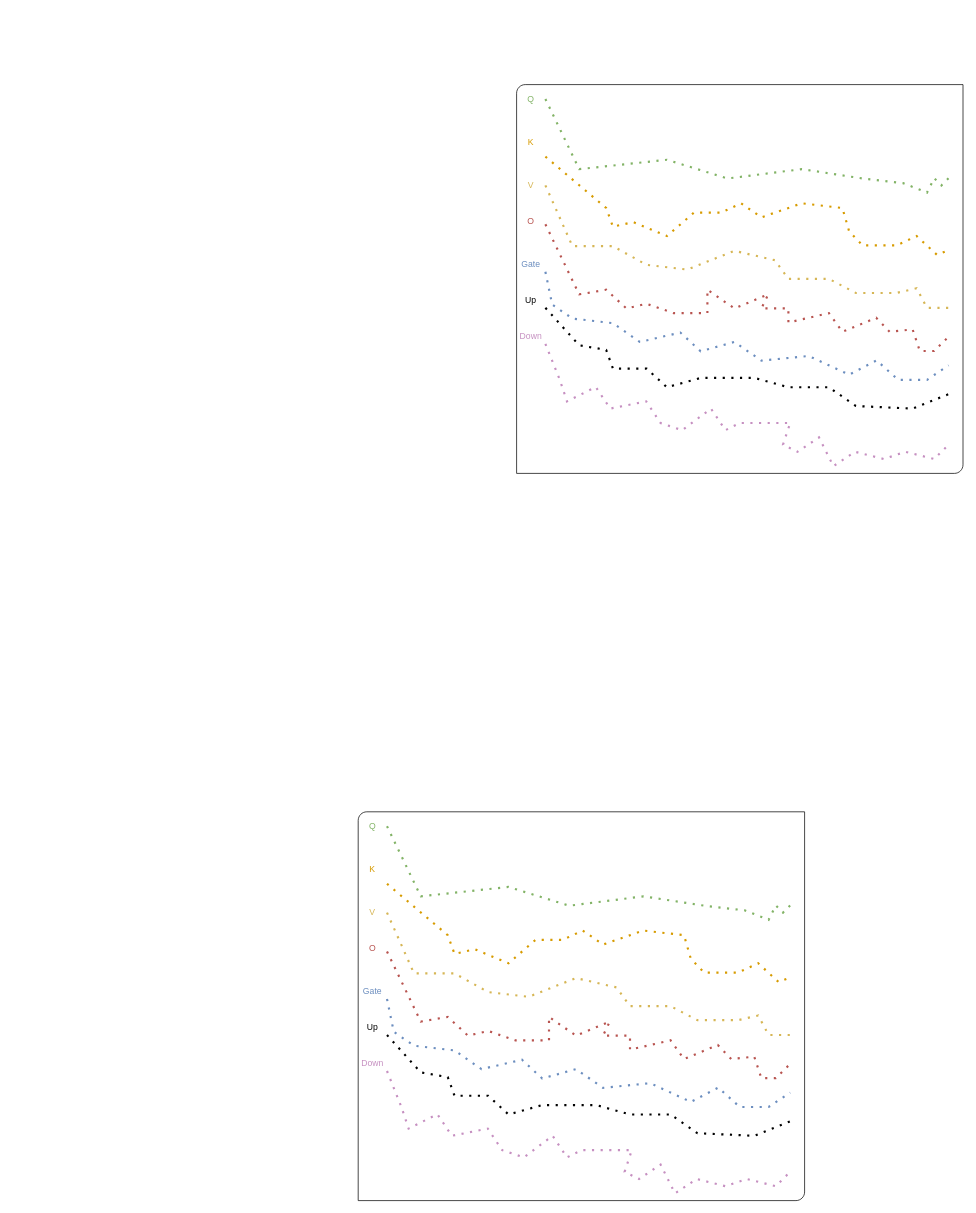
This is page "第 5 页" (5 of 5) of 梯度范数极值.drawio from ZhaoYunfei94/zyf-learning-git, a draw.io file, before an edit. Source tidied: cells renumbered, new cells numbered last; positions are measured from the earlier drawing's top-left corner, leaving out a move shared by most shapes. Both pictures are drawn from the tidied source at 72%, with x=0, y=0 at pixel (358, 84).
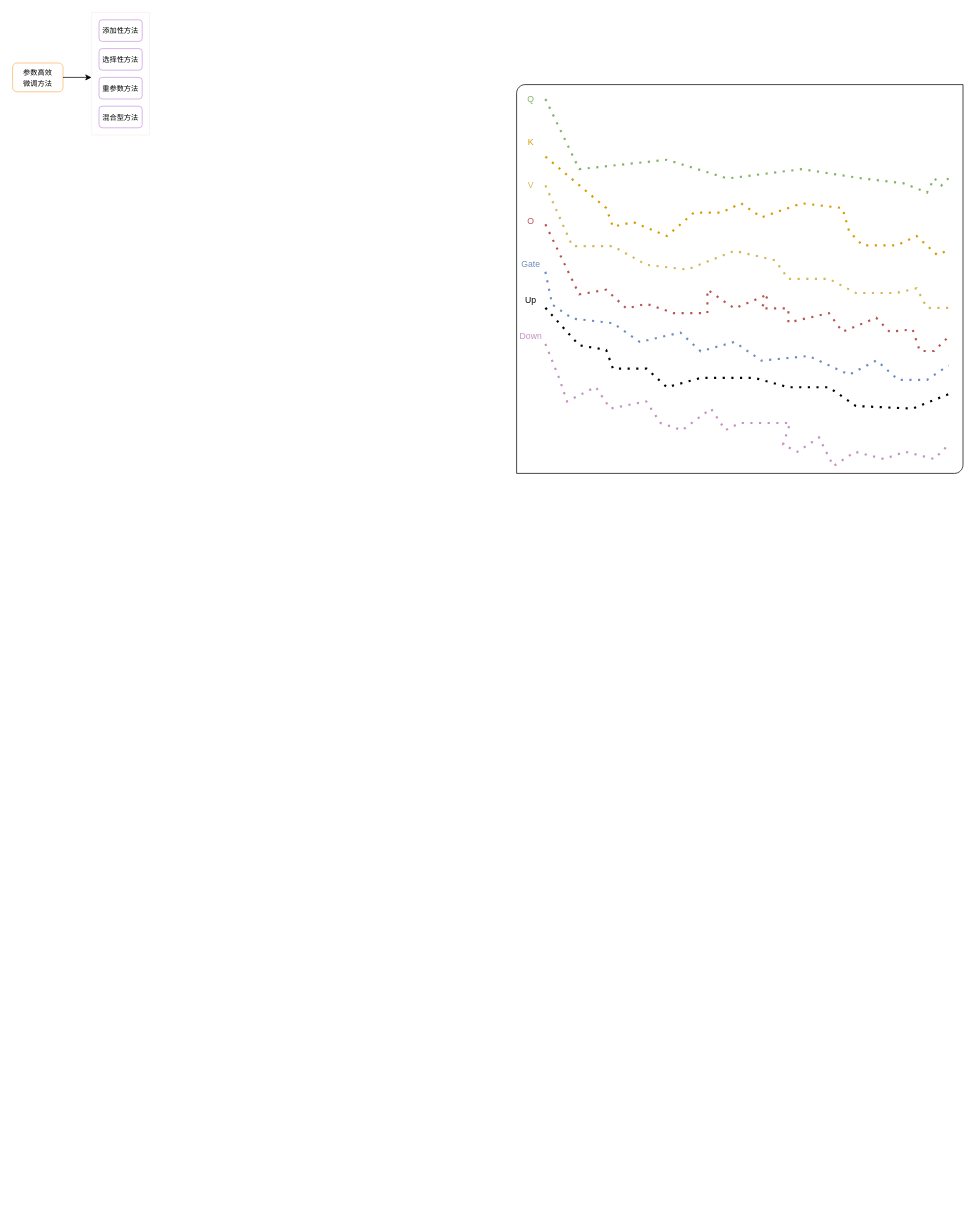
Above is the later version.

The edit, as a diff of the source:
```diff
@@
+    <mxCell id="34" style="rounded=0;whiteSpace=wrap;html=1;strokeColor=light-dark(#fbeeee, #ededed);" parent="1" vertex="1">
+      <mxGeometry x="-370" y="-100" width="80" height="170" as="geometry" />
+    </mxCell>
@@
-    <mxCell id="18" style="group;" parent="1" vertex="1">
-      <mxGeometry y="1010" width="620" height="540" as="geometry" />
-    </mxCell>
-    <mxCell id="19" style="verticalLabelPosition=bottom;verticalAlign=top;html=1;shape=mxgraph.basic.diag_round_rect;dx=6;whiteSpace=wrap;" parent="18" vertex="1">
-      <mxGeometry width="620" height="540" as="geometry" />
-    </mxCell>
-    <mxCell id="20" style="endArrow=none;dashed=1;html=1;dashPattern=1 3;strokeWidth=3;rounded=0;fillColor=#d5e8d4;strokeColor=#82b366;" parent="18" edge="1">
-      <mxGeometry relative="1" as="geometry">
-        <mxPoint x="40" y="20" as="sourcePoint" />
-        <mxPoint x="600" y="130" as="targetPoint" />
-        <Array as="points">
-          <mxPoint x="86.9" y="117.4" />
-          <mxPoint x="208.8" y="104.4" />
-          <mxPoint x="293.1" y="130.4" />
-          <mxPoint x="396.3" y="117.4" />
-          <mxPoint x="480.6" y="130.4" />
-          <mxPoint x="536.9" y="136.9" />
-          <mxPoint x="570" y="150" />
-          <mxPoint x="580" y="130" />
-          <mxPoint x="590" y="140" />
-        </Array>
-      </mxGeometry>
-    </mxCell>
-    <mxCell id="21" style="endArrow=none;dashed=1;html=1;dashPattern=1 3;strokeWidth=3;rounded=0;fillColor=#ffe6cc;strokeColor=#d79b00;" parent="18" edge="1">
-      <mxGeometry relative="1" as="geometry">
-        <mxPoint x="40" y="100" as="sourcePoint" />
-        <mxPoint x="600" y="230" as="targetPoint" />
-        <Array as="points">
-          <mxPoint x="124.4" y="171.4" />
-          <mxPoint x="133.8" y="197.4" />
-          <mxPoint x="161.9" y="190.9" />
-          <mxPoint x="208.8" y="210.4" />
-          <mxPoint x="246.2" y="177.9" />
-          <mxPoint x="283.8" y="177.9" />
-          <mxPoint x="311.9" y="164.9" />
-          <mxPoint x="340" y="184.4" />
-          <mxPoint x="396.2" y="164.9" />
-          <mxPoint x="452.5" y="171.4" />
-          <mxPoint x="461.9" y="203.9" />
-          <mxPoint x="480.6" y="223.4" />
-          <mxPoint x="527.5" y="223.4" />
-          <mxPoint x="555.6" y="210.4" />
-          <mxPoint x="583.8" y="236.4" />
-        </Array>
-      </mxGeometry>
-    </mxCell>
-    <mxCell id="22" style="endArrow=none;dashed=1;html=1;dashPattern=1 3;strokeWidth=3;rounded=0;fillColor=#fff2cc;strokeColor=#d6b656;" parent="18" edge="1">
-      <mxGeometry relative="1" as="geometry">
-        <mxPoint x="40" y="140" as="sourcePoint" />
-        <mxPoint x="600" y="310" as="targetPoint" />
-        <Array as="points">
-          <mxPoint x="77.5" y="224.4" />
-          <mxPoint x="133.8" y="224.4" />
-          <mxPoint x="180.6" y="250.4" />
-          <mxPoint x="236.9" y="256.9" />
-          <mxPoint x="302.5" y="230.9" />
-          <mxPoint x="358.8" y="243.9" />
-          <mxPoint x="377.5" y="269.9" />
-          <mxPoint x="433.8" y="269.9" />
-          <mxPoint x="471.2" y="289.4" />
-          <mxPoint x="527.5" y="289.4" />
-          <mxPoint x="555.6" y="282.9" />
-          <mxPoint x="570" y="310" />
-        </Array>
-      </mxGeometry>
-    </mxCell>
-    <mxCell id="23" style="endArrow=none;dashed=1;html=1;dashPattern=1 3;strokeWidth=3;rounded=0;fillColor=#f8cecc;strokeColor=#b85450;" parent="18" edge="1">
-      <mxGeometry relative="1" as="geometry">
-        <mxPoint x="40" y="194" as="sourcePoint" />
-        <mxPoint x="600" y="350" as="targetPoint" />
-        <Array as="points">
-          <mxPoint x="86.9" y="291.4" />
-          <mxPoint x="124.4" y="284.9" />
-          <mxPoint x="152.5" y="310.9" />
-          <mxPoint x="180.6" y="304.4" />
-          <mxPoint x="218.1" y="317.4" />
-          <mxPoint x="265" y="317.4" />
-          <mxPoint x="265" y="284.9" />
-          <mxPoint x="302.5" y="310.9" />
-          <mxPoint x="349.4" y="291.4" />
-          <mxPoint x="340" y="310.9" />
-          <mxPoint x="377.5" y="310.9" />
-          <mxPoint x="377.5" y="330.4" />
-          <mxPoint x="433.8" y="317.4" />
-          <mxPoint x="452.5" y="343.4" />
-          <mxPoint x="499.4" y="323.9" />
-          <mxPoint x="518.1" y="343.4" />
-          <mxPoint x="550" y="340" />
-          <mxPoint x="560" y="370" />
-          <mxPoint x="580" y="370" />
-        </Array>
-      </mxGeometry>
-    </mxCell>
-    <mxCell id="24" style="endArrow=none;dashed=1;html=1;dashPattern=1 3;strokeWidth=3;rounded=0;fillColor=#dae8fc;strokeColor=#6c8ebf;gradientColor=#7ea6e0;" parent="18" edge="1">
-      <mxGeometry relative="1" as="geometry">
-        <mxPoint x="40" y="260" as="sourcePoint" />
-        <mxPoint x="600" y="390" as="targetPoint" />
-        <Array as="points">
-          <mxPoint x="49.4" y="305.5" />
-          <mxPoint x="77.5" y="324.9" />
-          <mxPoint x="133.8" y="331.4" />
-          <mxPoint x="171.2" y="357.4" />
-          <mxPoint x="227.5" y="344.4" />
-          <mxPoint x="255.6" y="370.4" />
-          <mxPoint x="302.5" y="357.4" />
-          <mxPoint x="340" y="383.4" />
-          <mxPoint x="405.6" y="376.9" />
-          <mxPoint x="461.9" y="402.9" />
-          <mxPoint x="500" y="383" />
-          <mxPoint x="530" y="410" />
-          <mxPoint x="570" y="410" />
-        </Array>
-      </mxGeometry>
-    </mxCell>
-    <mxCell id="25" style="endArrow=none;dashed=1;html=1;dashPattern=1 3;strokeWidth=3;rounded=0;" parent="18" edge="1">
-      <mxGeometry relative="1" as="geometry">
-        <mxPoint x="40" y="310" as="sourcePoint" />
-        <mxPoint x="600" y="430" as="targetPoint" />
-        <Array as="points">
-          <mxPoint x="86.9" y="362" />
-          <mxPoint x="124.4" y="368.5" />
-          <mxPoint x="133.8" y="394.4" />
-          <mxPoint x="180.6" y="394.4" />
-          <mxPoint x="208.8" y="420.4" />
-          <mxPoint x="255.6" y="407.4" />
-          <mxPoint x="330.6" y="407.4" />
-          <mxPoint x="377.5" y="420.4" />
-          <mxPoint x="433.8" y="420.4" />
-          <mxPoint x="471.2" y="446.4" />
-          <mxPoint x="550" y="450" />
-        </Array>
-      </mxGeometry>
-    </mxCell>
-    <mxCell id="26" value="&lt;font style=&quot;color: light-dark(rgb(130, 179, 102), rgb(237, 237, 237));&quot;&gt;Q&lt;/font&gt;" style="text;html=1;whiteSpace=wrap;strokeColor=none;fillColor=none;align=center;verticalAlign=middle;rounded=0;" parent="18" vertex="1">
-      <mxGeometry y="10" width="40" height="20" as="geometry" />
-    </mxCell>
-    <mxCell id="27" value="&lt;font style=&quot;color: light-dark(rgb(215, 155, 0), rgb(237, 237, 237));&quot;&gt;K&lt;/font&gt;" style="text;html=1;whiteSpace=wrap;strokeColor=none;fillColor=none;align=center;verticalAlign=middle;rounded=0;" parent="18" vertex="1">
-      <mxGeometry y="70" width="40" height="20" as="geometry" />
-    </mxCell>
-    <mxCell id="28" value="&lt;font style=&quot;color: light-dark(rgb(214, 182, 86), rgb(237, 237, 237));&quot;&gt;V&lt;/font&gt;" style="text;html=1;whiteSpace=wrap;strokeColor=none;fillColor=none;align=center;verticalAlign=middle;rounded=0;" parent="18" vertex="1">
-      <mxGeometry y="130" width="40" height="20" as="geometry" />
-    </mxCell>
-    <mxCell id="29" value="&lt;font style=&quot;color: light-dark(rgb(184, 84, 80), rgb(237, 237, 237));&quot;&gt;O&lt;/font&gt;" style="text;html=1;whiteSpace=wrap;strokeColor=none;fillColor=none;align=center;verticalAlign=middle;rounded=0;" parent="18" vertex="1">
-      <mxGeometry y="180" width="40" height="20" as="geometry" />
-    </mxCell>
-    <mxCell id="30" value="&lt;font style=&quot;color: light-dark(rgb(108, 142, 191), rgb(237, 237, 237));&quot;&gt;Gate&lt;/font&gt;" style="text;html=1;whiteSpace=wrap;strokeColor=none;fillColor=none;align=center;verticalAlign=middle;rounded=0;" parent="18" vertex="1">
-      <mxGeometry y="240" width="40" height="20" as="geometry" />
-    </mxCell>
-    <mxCell id="31" value="Up" style="text;html=1;whiteSpace=wrap;strokeColor=none;fillColor=none;align=center;verticalAlign=middle;rounded=0;" parent="18" vertex="1">
-      <mxGeometry y="290" width="40" height="20" as="geometry" />
-    </mxCell>
-    <mxCell id="32" style="endArrow=none;dashed=1;html=1;dashPattern=1 3;strokeWidth=3;rounded=0;strokeColor=light-dark(#c690c1, #ededed);" parent="18" edge="1">
-      <mxGeometry relative="1" as="geometry">
-        <mxPoint x="40" y="360" as="sourcePoint" />
-        <mxPoint x="600" y="500" as="targetPoint" />
-        <Array as="points">
-          <mxPoint x="60" y="410" />
-          <mxPoint x="70" y="440" />
-          <mxPoint x="110" y="420" />
-          <mxPoint x="130" y="450" />
-          <mxPoint x="180" y="440" />
-          <mxPoint x="200" y="470" />
-          <mxPoint x="230" y="480" />
-          <mxPoint x="270" y="450" />
-          <mxPoint x="290" y="480" />
-          <mxPoint x="310" y="470" />
-          <mxPoint x="380" y="470" />
-          <mxPoint x="370" y="500" />
-          <mxPoint x="390" y="510" />
-          <mxPoint x="420" y="490" />
-          <mxPoint x="440" y="530" />
-          <mxPoint x="470" y="510" />
-          <mxPoint x="510" y="520" />
-          <mxPoint x="540" y="510" />
-          <mxPoint x="580" y="520" />
-        </Array>
-      </mxGeometry>
-    </mxCell>
-    <mxCell id="33" value="&lt;font style=&quot;color: light-dark(rgb(198, 144, 193), rgb(237, 237, 237));&quot;&gt;Down&lt;/font&gt;" style="text;html=1;whiteSpace=wrap;strokeColor=none;fillColor=none;align=center;verticalAlign=middle;rounded=0;" parent="18" vertex="1">
-      <mxGeometry y="340" width="40" height="20" as="geometry" />
-    </mxCell>
+    <mxCell id="35" value="&lt;font style=&quot;font-size: 10px;&quot; face=&quot;Verdana&quot;&gt;参数高效&lt;/font&gt;&lt;div&gt;&lt;font style=&quot;font-size: 10px;&quot; face=&quot;Verdana&quot;&gt;微调方法&lt;/font&gt;&lt;/div&gt;" style="rounded=1;whiteSpace=wrap;html=1;strokeColor=#FFB366;" parent="1" vertex="1">
+      <mxGeometry x="-480" y="-30" width="70" height="40" as="geometry" />
+    </mxCell>
+    <mxCell id="36" value="&lt;font face=&quot;Verdana&quot;&gt;&lt;span style=&quot;font-size: 10px;&quot;&gt;添加性方法&lt;/span&gt;&lt;/font&gt;" style="rounded=1;whiteSpace=wrap;html=1;strokeColor=light-dark(#c99adf, #824100);" parent="1" vertex="1">
+      <mxGeometry x="-360" y="-90" width="60" height="30" as="geometry" />
+    </mxCell>
+    <mxCell id="37" value="&lt;font face=&quot;Verdana&quot;&gt;&lt;span style=&quot;font-size: 10px;&quot;&gt;选择性方法&lt;/span&gt;&lt;/font&gt;" style="rounded=1;whiteSpace=wrap;html=1;strokeColor=light-dark(#c99adf, #824100);" parent="1" vertex="1">
+      <mxGeometry x="-360" y="-50" width="60" height="30" as="geometry" />
+    </mxCell>
+    <mxCell id="38" value="&lt;font face=&quot;Verdana&quot;&gt;&lt;span style=&quot;font-size: 10px;&quot;&gt;重参数方法&lt;/span&gt;&lt;/font&gt;" style="rounded=1;whiteSpace=wrap;html=1;strokeColor=light-dark(#c99adf, #824100);" parent="1" vertex="1">
+      <mxGeometry x="-360" y="-10" width="60" height="30" as="geometry" />
+    </mxCell>
+    <mxCell id="39" value="&lt;font face=&quot;Verdana&quot;&gt;&lt;span style=&quot;font-size: 10px;&quot;&gt;混合型方法&lt;/span&gt;&lt;/font&gt;" style="rounded=1;whiteSpace=wrap;html=1;strokeColor=light-dark(#c99adf, #824100);" parent="1" vertex="1">
+      <mxGeometry x="-360" y="30" width="60" height="30" as="geometry" />
+    </mxCell>
+    <mxCell id="40" style="edgeStyle=orthogonalEdgeStyle;rounded=0;jettySize=auto;html=1;exitX=1;exitY=0.5;exitDx=0;exitDy=0;entryX=-0.005;entryY=0.532;entryDx=0;entryDy=0;entryPerimeter=0;" parent="1" edge="1" source="35" target="34">
+      <mxGeometry relative="1" as="geometry" />
+    </mxCell>
```
